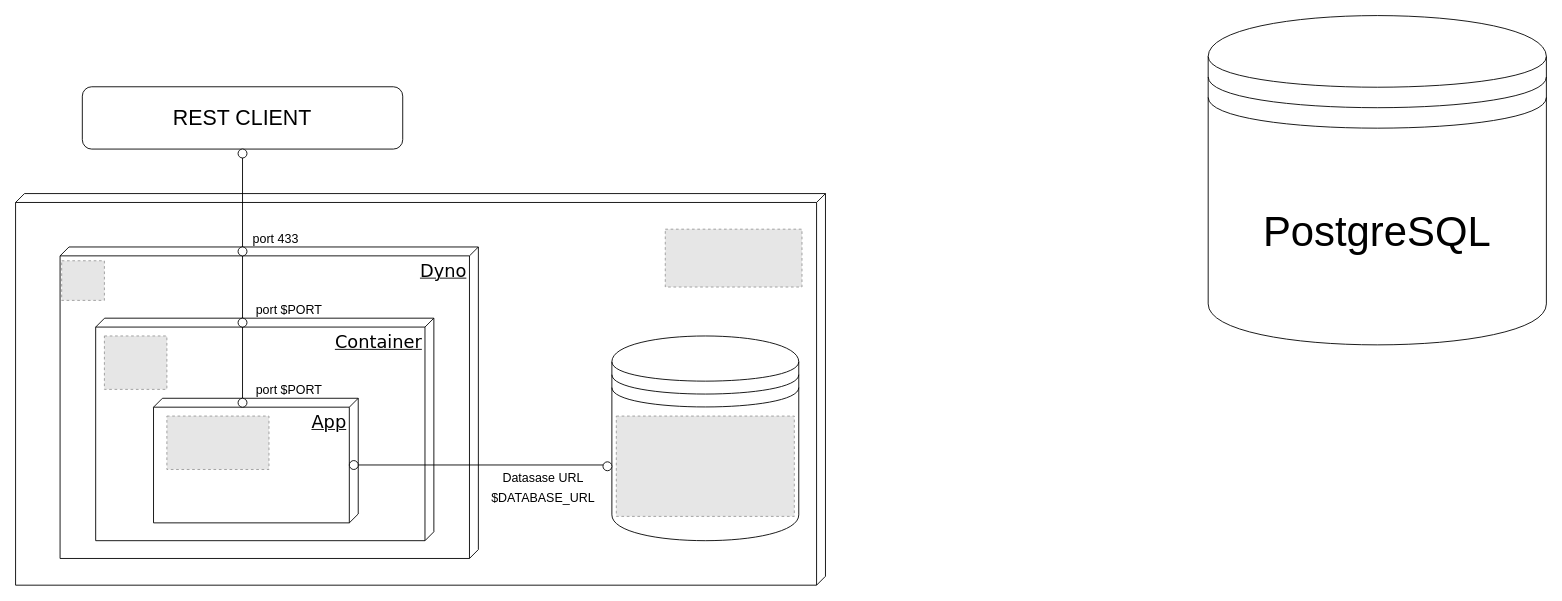
This is Untitled Diagram.drawio from maria0815/Hello-World, a draw.io file, before an edit. Source tidied: cells renumbered, new cells numbered last; positions are measured from the earlier drawing's top-left corner, leaving out a move shared by most shapes. Both pictures are drawn from the tidied source at 89%, with x=0, y=0 at pixel (15, 15). Pictures stored in the file or linked from it are replaced by grey dashed boxes.
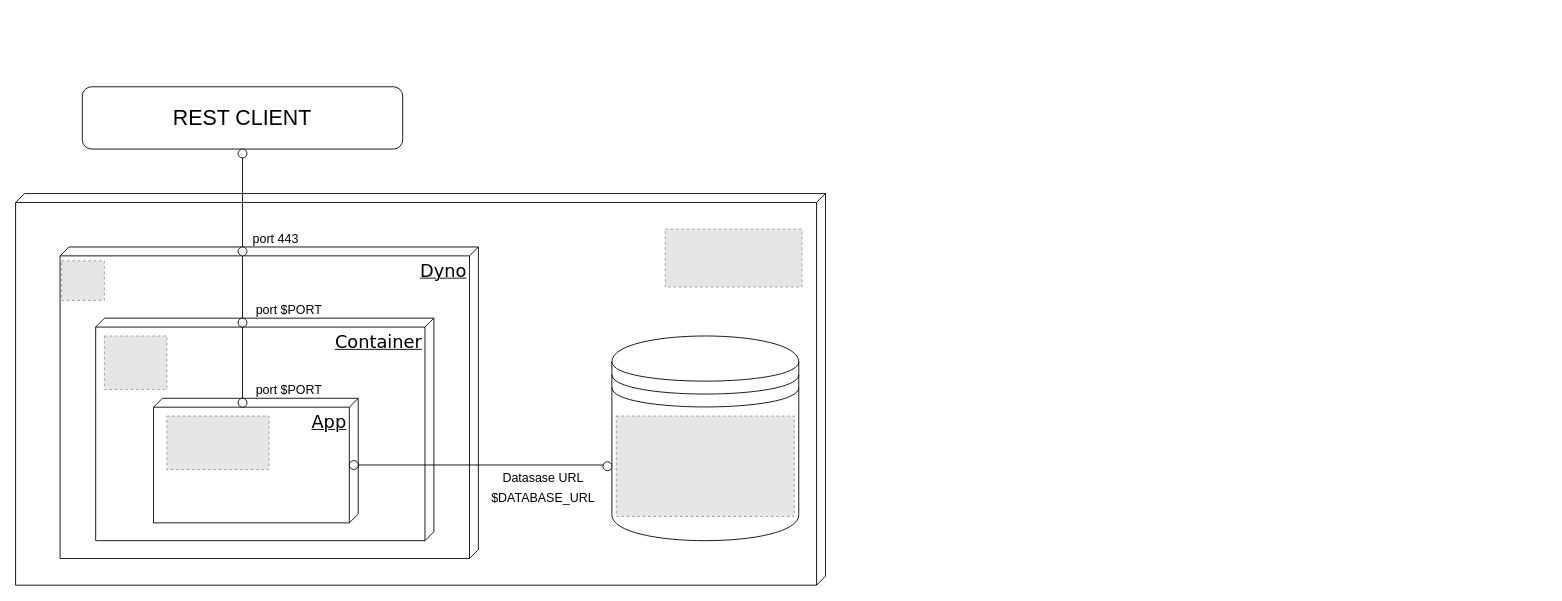
Above is the later version.

What changed in the source:
```diff
@@
-    <mxCell id="4" value="PostgreSQL" style="shape=datastore;whiteSpace=wrap;html=1;fontSize=47;" parent="1" vertex="1">
-      <mxGeometry x="1340" width="380" height="370" as="geometry" />
-    </mxCell>
@@
-    <mxCell id="23" value="&lt;font style=&quot;font-size: 14px&quot;&gt;port 433&lt;/font&gt;" style="text;html=1;strokeColor=none;fillColor=none;align=center;verticalAlign=middle;whiteSpace=wrap;rounded=0;fontSize=18;" parent="1" vertex="1">
+    <mxCell id="23" value="&lt;font style=&quot;font-size: 14px&quot;&gt;port 443&lt;/font&gt;" style="text;html=1;strokeColor=none;fillColor=none;align=center;verticalAlign=middle;whiteSpace=wrap;rounded=0;fontSize=18;" parent="1" vertex="1">
       <mxGeometry x="250" y="240" width="85" height="20" as="geometry" />
     </mxCell>
```
